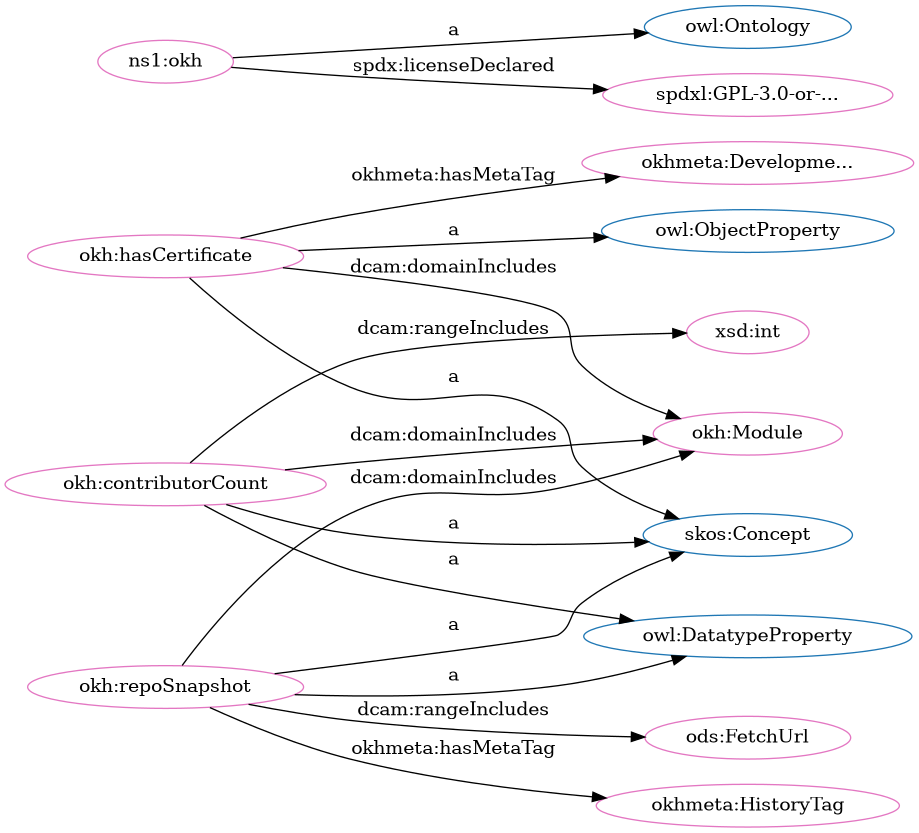
Earlier version of the Graphviz export src/spec/dot_okh_proposed.png (iop-alliance/OpenKnowHow). Its source is kept beside it as src/spec/dot_okh_proposed.dot.
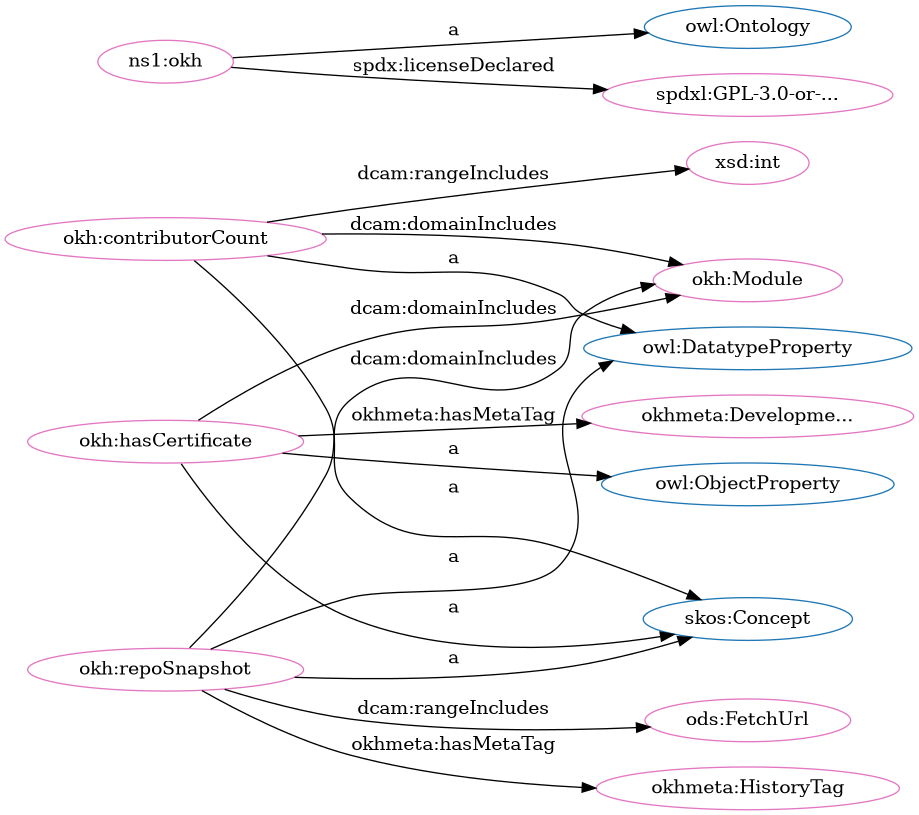
The same diagram one commit later.

Change to the diagram source:
```diff
@@ -1,33 +1,33 @@
 digraph G {
   rankdir=BT
   node[height=.3]
+"http://www.w3.org/2002/07/owl#DatatypeProperty" [fillcolor="#1f77b4" color="#1f77b4" label="owl:DatatypeProperty"]
 "http://www.w3.org/2002/07/owl#ObjectProperty" [fillcolor="#1f77b4" color="#1f77b4" label="owl:ObjectProperty"]
+"http://www.w3.org/2002/07/owl#Ontology" [fillcolor="#1f77b4" color="#1f77b4" label="owl:Ontology"]
 "http://www.w3.org/2004/02/skos/core#Concept" [fillcolor="#1f77b4" color="#1f77b4" label="skos:Concept"]
-"http://www.w3.org/2002/07/owl#Ontology" [fillcolor="#1f77b4" color="#1f77b4" label="owl:Ontology"]
-"http://www.w3.org/2002/07/owl#DatatypeProperty" [fillcolor="#1f77b4" color="#1f77b4" label="owl:DatatypeProperty"]
+"http://w3id.org/oseg/ont/okh#Module" [fillcolor="#e377c2" color="#e377c2" label="okh:Module"]
+"http://w3id.org/oseg/ont/okh" [fillcolor="#e377c2" color="#e377c2" label="ns1:okh"]
+"http://spdx.org/licenses/GPL-3.0-or-later" [fillcolor="#e377c2" color="#e377c2" label="spdxl:GPL-3.0-or-..."]
+"http://w3id.org/oseg/ont/ods#FetchUrl" [fillcolor="#e377c2" color="#e377c2" label="ods:FetchUrl"]
+"http://w3id.org/oseg/ont/okh#hasCertificate" [fillcolor="#e377c2" color="#e377c2" label="okh:hasCertificate"]
 "http://w3id.org/oseg/ont/okhmeta#DevelopmentTag" [fillcolor="#e377c2" color="#e377c2" label="okhmeta:Developme..."]
 "http://w3id.org/oseg/ont/okh#repoSnapshot" [fillcolor="#e377c2" color="#e377c2" label="okh:repoSnapshot"]
-"http://w3id.org/oseg/ont/okh#Module" [fillcolor="#e377c2" color="#e377c2" label="okh:Module"]
-"http://w3id.org/oseg/ont/okh#hasCertificate" [fillcolor="#e377c2" color="#e377c2" label="okh:hasCertificate"]
+"http://w3id.org/oseg/ont/okhmeta#HistoryTag" [fillcolor="#e377c2" color="#e377c2" label="okhmeta:HistoryTag"]
+"http://www.w3.org/2001/XMLSchema#int" [fillcolor="#e377c2" color="#e377c2" label="xsd:int"]
 "http://w3id.org/oseg/ont/okh#contributorCount" [fillcolor="#e377c2" color="#e377c2" label="okh:contributorCount"]
-"http://w3id.org/oseg/ont/okh" [fillcolor="#e377c2" color="#e377c2" label="ns1:okh"]
-"http://w3id.org/oseg/ont/okhmeta#HistoryTag" [fillcolor="#e377c2" color="#e377c2" label="okhmeta:HistoryTag"]
-"http://w3id.org/oseg/ont/ods#FetchUrl" [fillcolor="#e377c2" color="#e377c2" label="ods:FetchUrl"]
-"http://spdx.org/licenses/GPL-3.0-or-later" [fillcolor="#e377c2" color="#e377c2" label="spdxl:GPL-3.0-or-..."]
-"http://www.w3.org/2001/XMLSchema#int" [fillcolor="#e377c2" color="#e377c2" label="xsd:int"]
+  "http://w3id.org/oseg/ont/okh" -> "http://spdx.org/licenses/GPL-3.0-or-later" [label="spdx:licenseDeclared"]
+  "http://w3id.org/oseg/ont/okh#repoSnapshot" -> "http://w3id.org/oseg/ont/ods#FetchUrl" [label="dcam:rangeIncludes"]
+  "http://w3id.org/oseg/ont/okh#hasCertificate" -> "http://www.w3.org/2004/02/skos/core#Concept" [label="a"]
+  "http://w3id.org/oseg/ont/okh#hasCertificate" -> "http://www.w3.org/2002/07/owl#ObjectProperty" [label="a"]
   "http://w3id.org/oseg/ont/okh#repoSnapshot" -> "http://www.w3.org/2002/07/owl#DatatypeProperty" [label="a"]
-  "http://w3id.org/oseg/ont/okh" -> "http://www.w3.org/2002/07/owl#Ontology" [label="a"]
-  "http://w3id.org/oseg/ont/okh#repoSnapshot" -> "http://w3id.org/oseg/ont/ods#FetchUrl" [label="dcam:rangeIncludes"]
-  "http://w3id.org/oseg/ont/okh" -> "http://spdx.org/licenses/GPL-3.0-or-later" [label="spdx:licenseDeclared"]
-  "http://w3id.org/oseg/ont/okh#contributorCount" -> "http://www.w3.org/2004/02/skos/core#Concept" [label="a"]
-  "http://w3id.org/oseg/ont/okh#hasCertificate" -> "http://w3id.org/oseg/ont/okhmeta#DevelopmentTag" [label="okhmeta:hasMetaTag"]
-  "http://w3id.org/oseg/ont/okh#contributorCount" -> "http://w3id.org/oseg/ont/okh#Module" [label="dcam:domainIncludes"]
-  "http://w3id.org/oseg/ont/okh#hasCertificate" -> "http://www.w3.org/2004/02/skos/core#Concept" [label="a"]
   "http://w3id.org/oseg/ont/okh#repoSnapshot" -> "http://www.w3.org/2004/02/skos/core#Concept" [label="a"]
-  "http://w3id.org/oseg/ont/okh#contributorCount" -> "http://www.w3.org/2002/07/owl#DatatypeProperty" [label="a"]
-  "http://w3id.org/oseg/ont/okh#hasCertificate" -> "http://w3id.org/oseg/ont/okh#Module" [label="dcam:domainIncludes"]
-  "http://w3id.org/oseg/ont/okh#repoSnapshot" -> "http://w3id.org/oseg/ont/okh#Module" [label="dcam:domainIncludes"]
   "http://w3id.org/oseg/ont/okh#repoSnapshot" -> "http://w3id.org/oseg/ont/okhmeta#HistoryTag" [label="okhmeta:hasMetaTag"]
   "http://w3id.org/oseg/ont/okh#contributorCount" -> "http://www.w3.org/2001/XMLSchema#int" [label="dcam:rangeIncludes"]
-  "http://w3id.org/oseg/ont/okh#hasCertificate" -> "http://www.w3.org/2002/07/owl#ObjectProperty" [label="a"]
+  "http://w3id.org/oseg/ont/okh#contributorCount" -> "http://www.w3.org/2002/07/owl#DatatypeProperty" [label="a"]
+  "http://w3id.org/oseg/ont/okh#contributorCount" -> "http://www.w3.org/2004/02/skos/core#Concept" [label="a"]
+  "http://w3id.org/oseg/ont/okh#hasCertificate" -> "http://w3id.org/oseg/ont/okh#Module" [label="dcam:domainIncludes"]
+  "http://w3id.org/oseg/ont/okh" -> "http://www.w3.org/2002/07/owl#Ontology" [label="a"]
+  "http://w3id.org/oseg/ont/okh#hasCertificate" -> "http://w3id.org/oseg/ont/okhmeta#DevelopmentTag" [label="okhmeta:hasMetaTag"]
+  "http://w3id.org/oseg/ont/okh#repoSnapshot" -> "http://w3id.org/oseg/ont/okh#Module" [label="dcam:domainIncludes"]
+  "http://w3id.org/oseg/ont/okh#contributorCount" -> "http://w3id.org/oseg/ont/okh#Module" [label="dcam:domainIncludes"]
 }
```
